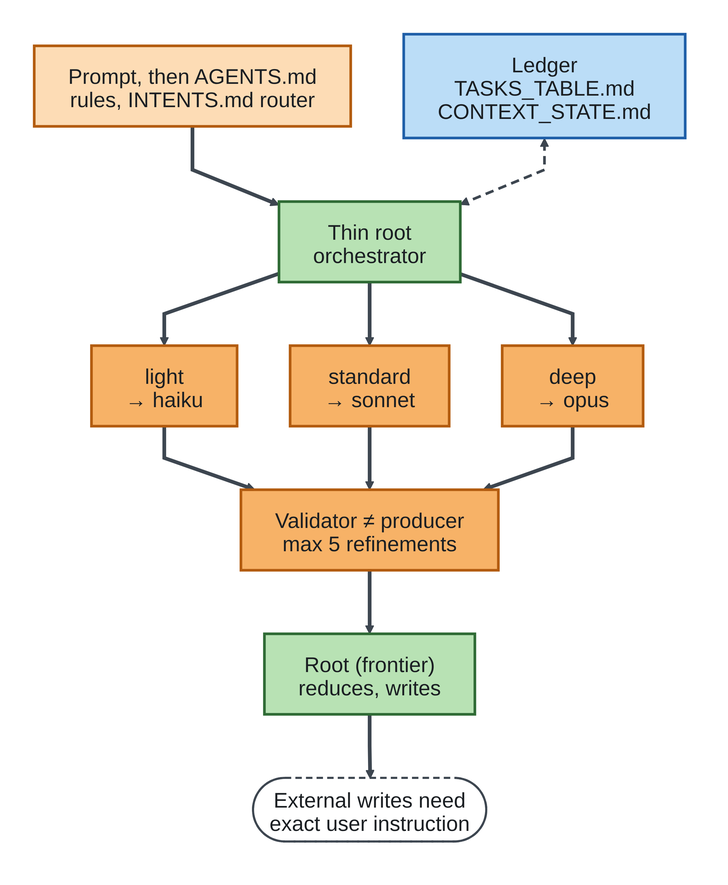
Earlier version of the Mermaid export docs/diagrams/fig1-orchestrator-hero.png (enok/llm-toolkit-project). Its source is kept beside it as docs/diagrams/fig1-orchestrator-hero.mmd. Its diagram source:
```mermaid
%%{init: {"theme": "base", "themeVariables": {"fontFamily": "Arial, Helvetica, sans-serif", "fontSize": "20px", "background": "#FFFFFF", "primaryColor": "#FFFFFF", "primaryBorderColor": "#1B1F23", "primaryTextColor": "#1B1F23", "secondaryColor": "#FDDCB5", "tertiaryColor": "#F5F7FA", "lineColor": "#3D4650", "textColor": "#1B1F23", "mainBkg": "#FFFFFF", "nodeBorder": "#1B1F23", "clusterBkg": "#F5F7FA", "clusterBorder": "#9AA5B1", "edgeLabelBackground": "#FFFFFF", "noteBkgColor": "#FFF6D6", "noteBorderColor": "#B8860B", "noteTextColor": "#1B1F23", "actorBkg": "#B8E2B4", "actorBorder": "#2F6B35", "actorTextColor": "#1B1F23", "actorLineColor": "#7A8794", "signalColor": "#3D4650", "signalTextColor": "#1B1F23", "labelBoxBkgColor": "#F5F7FA", "labelBoxBorderColor": "#7A8794", "labelTextColor": "#1B1F23", "loopTextColor": "#1B1F23", "activationBkgColor": "#DDEFDB", "activationBorderColor": "#2F6B35", "sequenceNumberColor": "#FFFFFF", "classText": "#1B1F23"}, "htmlLabels": false, "flowchart": {"wrappingWidth": 320, "curve": "linear", "nodeSpacing": 50, "rankSpacing": 60, "padding": 16, "htmlLabels": false}, "sequence": {"actorMargin": 50, "messageMargin": 38, "boxMargin": 10, "noteMargin": 10, "mirrorActors": false, "useMaxWidth": false}, "class": {"padding": 12, "htmlLabels": false}, "fontFamily": "Arial, Helvetica, sans-serif"}}%%
flowchart TB
    RI["Prompt, then AGENTS.md<br/>rules, INTENTS.md router"]
    C["Ledger<br/>TASKS_TABLE.md<br/>CONTEXT_STATE.md"]
    O["Thin root<br/>orchestrator"]
    L1["light<br/>→ haiku"]
    L2["standard<br/>→ sonnet"]
    L3["deep<br/>→ opus"]
    V["Validator ≠ producer<br/>max 5 refinements"]
    X["Root (frontier)<br/>reduces, writes"]
    G(["External writes need<br/>exact user instruction"])

    RI ==> O
    C <-.-> O
    O ==> L1
    O ==> L2
    O ==> L3
    L1 ==> V
    L2 ==> V
    L3 ==> V
    V ==> X
    X ==> G

    classDef client fill:#FFFFFF,stroke:#1B1F23,stroke-width:2.5px,color:#1B1F23
    classDef context fill:#B8E2B4,stroke:#2F6B35,stroke-width:2.5px,color:#1B1F23
    classDef strategy fill:#FDDCB5,stroke:#B35C0F,stroke-width:2.5px,color:#1B1F23
    classDef concrete fill:#F7B267,stroke:#B35C0F,stroke-width:2.5px,color:#1B1F23
    classDef data fill:#BBDDF7,stroke:#1F5FA8,stroke-width:2.5px,color:#1B1F23
    classDef external fill:#FFFFFF,stroke:#3D4650,stroke-width:2px,stroke-dasharray:6 4,color:#1B1F23

    class O,X context
    class RI strategy
    class L1,L2,L3,V concrete
    class C data
    class G external
    linkStyle 1 stroke-width:2.5px,stroke-dasharray:8 5
```
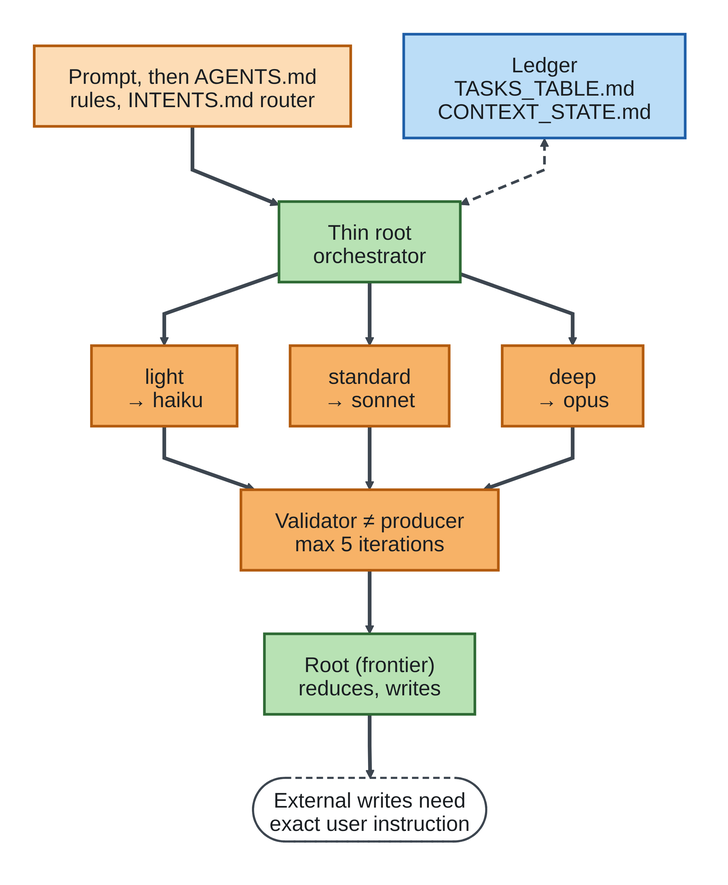
After the commit.

Commit message:
docs(diagrams): label the quality loop as max 5 iterations

Change to the diagram source:
```diff
@@ -6,7 +6,7 @@
     L1["light<br/>→ haiku"]
     L2["standard<br/>→ sonnet"]
     L3["deep<br/>→ opus"]
-    V["Validator ≠ producer<br/>max 5 refinements"]
+    V["Validator ≠ producer<br/>max 5 iterations"]
     X["Root (frontier)<br/>reduces, writes"]
     G(["External writes need<br/>exact user instruction"])
 
```
